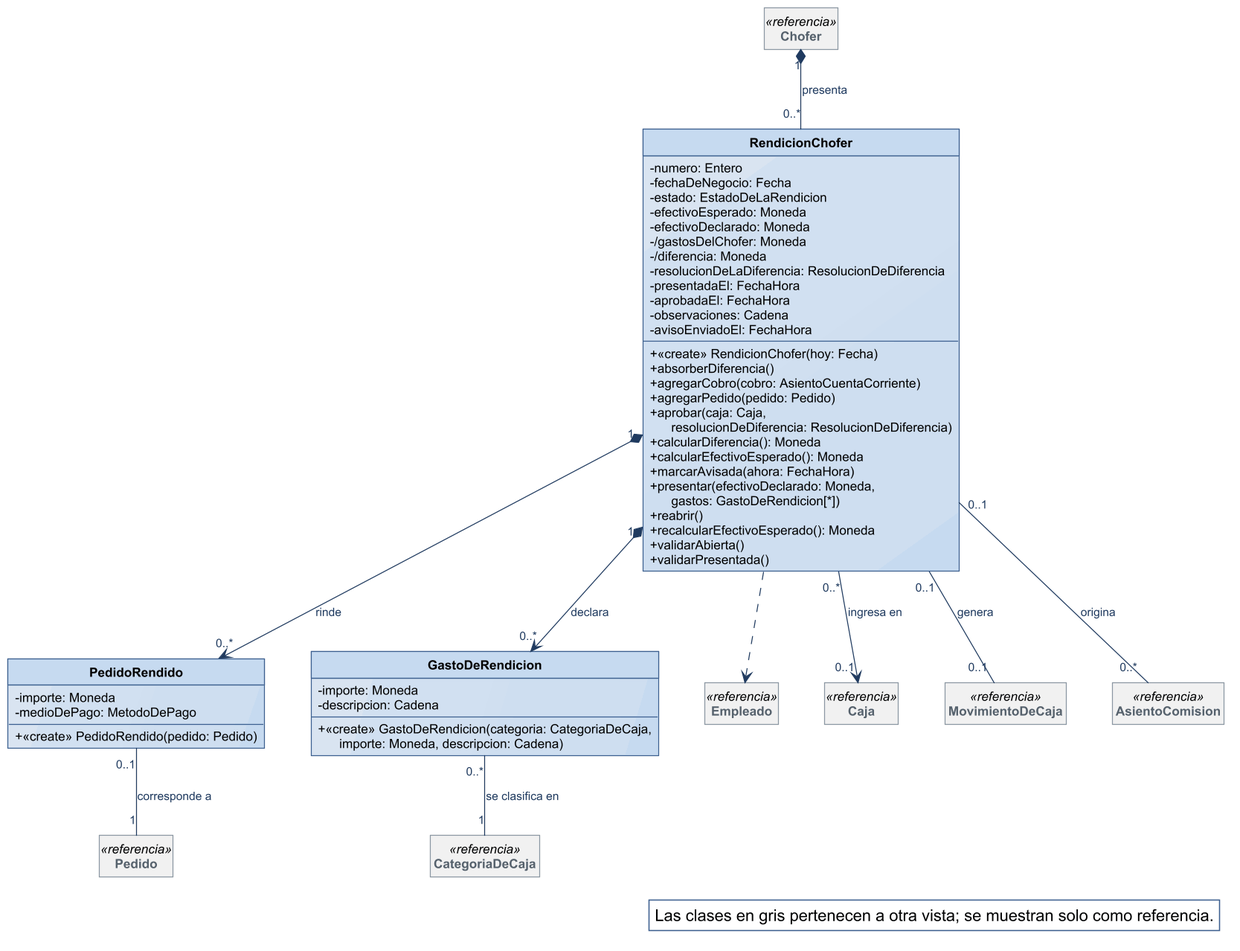
Nahuelito-Dev/splg-docs keeps this PlantUML diagram as diagramas/clases-diseno/DC_Rendicion.png. Above is the earlier version.
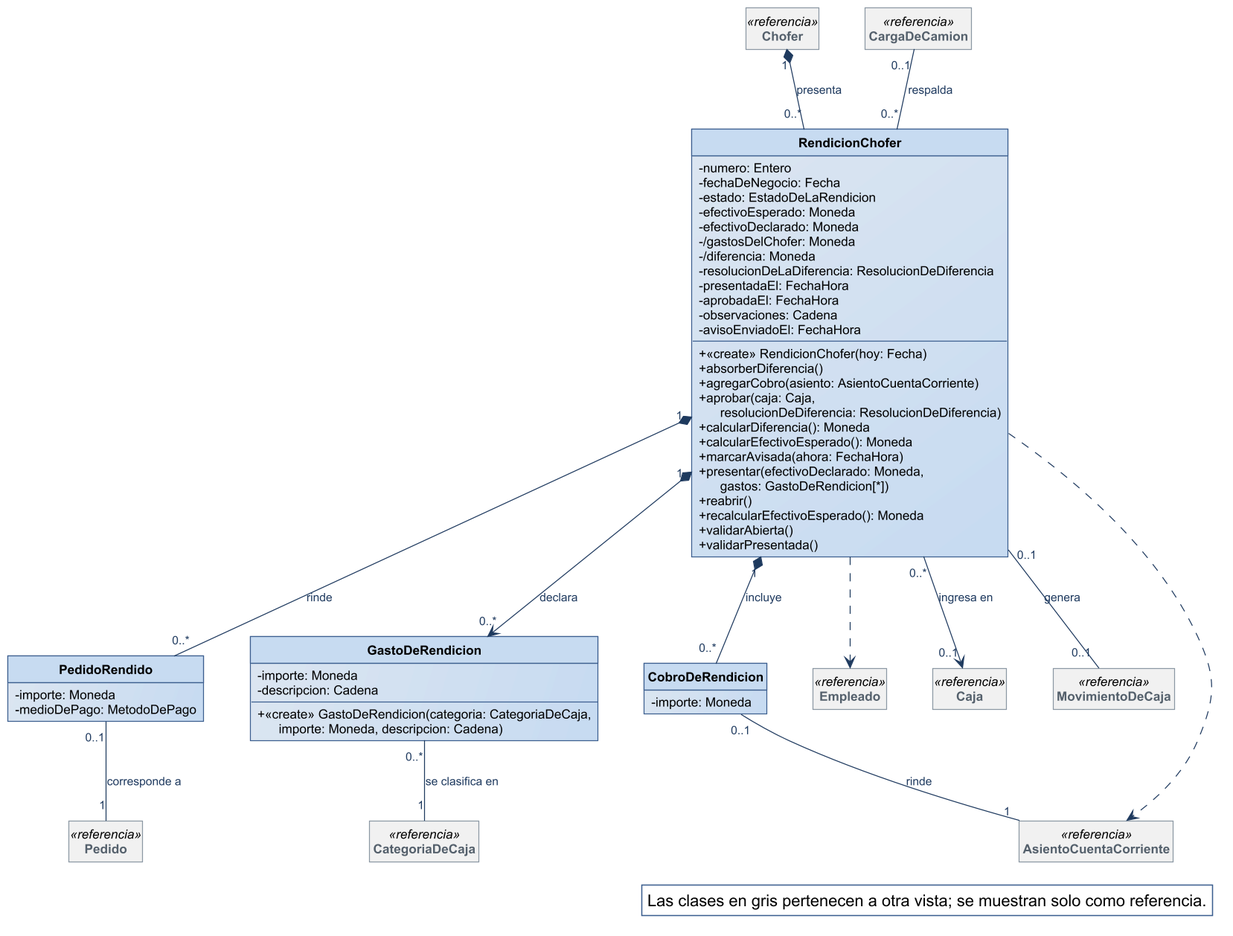
Above is the later version.

What changed in the source:
```diff
@@ -42,8 +42,7 @@
   - avisoEnviadoEl: FechaHora
   + «create» RendicionChofer(hoy: Fecha)
   + absorberDiferencia()
-  + agregarCobro(cobro: AsientoCuentaCorriente)
-  + agregarPedido(pedido: Pedido)
+  + agregarCobro(asiento: AsientoCuentaCorriente)
   + aprobar(caja: Caja,\n      resolucionDeDiferencia: ResolucionDeDiferencia)
   + calcularDiferencia(): Moneda
   + calcularEfectivoEsperado(): Moneda
@@ -57,12 +56,14 @@
 class PedidoRendido {
   - importe: Moneda
   - medioDePago: MetodoDePago
-  + «create» PedidoRendido(pedido: Pedido)
 }
 class GastoDeRendicion {
   - importe: Moneda
   - descripcion: Cadena
   + «create» GastoDeRendicion(categoria: CategoriaDeCaja,\n      importe: Moneda, descripcion: Cadena)
+}
+class CobroDeRendicion {
+  - importe: Moneda
 }
 class Chofer <<referencia>>
 class Empleado <<referencia>>
@@ -70,16 +71,20 @@
 class Caja <<referencia>>
 class MovimientoDeCaja <<referencia>>
 class CategoriaDeCaja <<referencia>>
-class AsientoComision <<referencia>>
+class AsientoCuentaCorriente <<referencia>>
+class CargaDeCamion <<referencia>>
 
 Chofer "1" *-- "0..*" RendicionChofer : presenta
 RendicionChofer "0..*" --> "0..1" Caja : ingresa en
 RendicionChofer "0..1" -- "0..1" MovimientoDeCaja : genera
-RendicionChofer "1" *--> "0..*" PedidoRendido : rinde
+RendicionChofer "1" *-- "0..*" PedidoRendido : rinde
 PedidoRendido "0..1" -- "1" Pedido : corresponde a
 RendicionChofer "1" *--> "0..*" GastoDeRendicion : declara
 GastoDeRendicion "0..*" -- "1" CategoriaDeCaja : se clasifica en
-RendicionChofer "0..1" -- "0..*" AsientoComision : origina
+RendicionChofer "1" *-- "0..*" CobroDeRendicion : incluye
+CobroDeRendicion "0..1" -- "1" AsientoCuentaCorriente : rinde
+CargaDeCamion "0..1" -- "0..*" RendicionChofer : respalda
+RendicionChofer ..> AsientoCuentaCorriente
 RendicionChofer ..> Empleado
 
 legend bottom right
```
